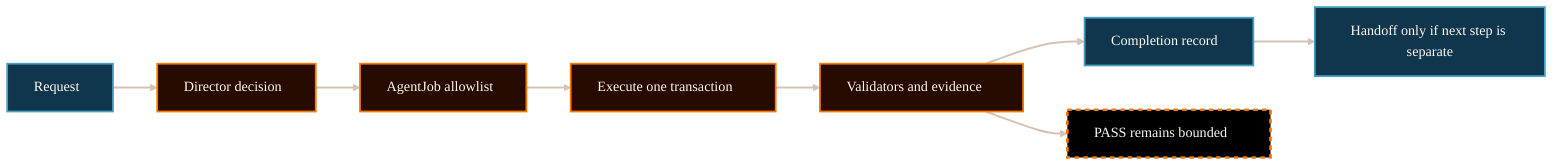
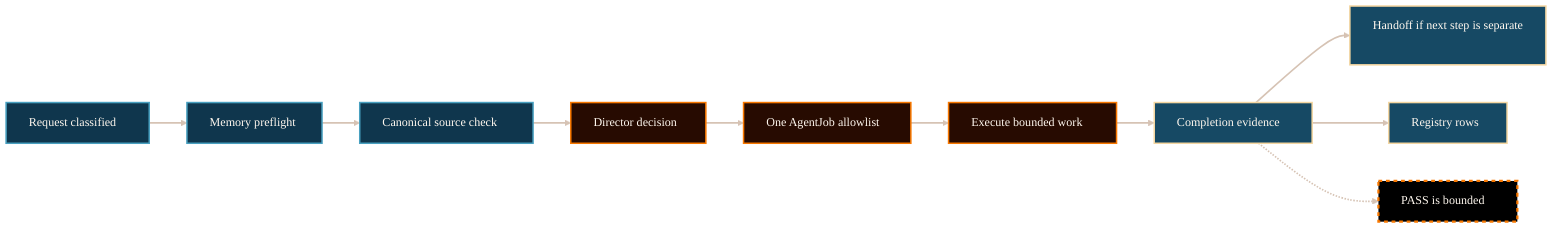
---
config:
  theme: base
  themeVariables:
    darkMode: true
    background: "#000000"
    primaryColor: "#050403"
    primaryTextColor: "#fff8ef"
    primaryBorderColor: "#d6c3b4"
    lineColor: "#d6c3b4"
    fontFamily: "Inter, ui-sans-serif, system-ui, -apple-system, BlinkMacSystemFont, Segoe UI, sans-serif"
    fontSize: "16px"
    clusterBkg: "#080401"
    clusterBorder: "#d6c3b4"
    edgeLabelBackground: "#000000"
---

flowchart LR
-   request["Request"] --> decision["Director decision"]
-   decision --> agentjob["AgentJob allowlist"]
-   agentjob --> execute["Execute one transaction"]
-   execute --> validate["Validators and evidence"]
-   validate --> completion["Completion record"]
-   completion --> handoff["Handoff only if next step is separate"]
-   validate --> limit["PASS remains bounded"]
+   request["Request classified"] --> memory["Memory preflight"]
+   memory --> source["Canonical source check"]
+   source --> decision["Director decision"]
+   decision --> job["One AgentJob allowlist"]
+   job --> work["Execute bounded work"]
+   work --> completion["Completion evidence"]
+   completion --> handoff["Handoff if next step is separate"]
+   completion --> registry["Registry rows"]
+   completion -.-> pass["PASS is bounded"]

  classDef default fill:#050403,stroke:#d6c3b4,color:#fff8ef,stroke-width:1.5px;
  classDef source fill:#0f364d,stroke:#48a0c0,color:#fff8ef,stroke-width:2px;
  classDef control fill:#270b01,stroke:#f87800,color:#fff8ef,stroke-width:2px;
  classDef bridge fill:#164964,stroke:#f4d6a1,color:#fff8ef,stroke-width:2px;
  classDef decision fill:#702000,stroke:#f87800,color:#fff8ef,stroke-width:2.25px;
-   classDef target fill:#2d7ea0,stroke:#f4d6a1,color:#ffffff,stroke-width:2px;
-   classDef success fill:#164964,stroke:#48a0c0,color:#fff8ef,stroke-width:2px;
-   classDef risk fill:#702000,stroke:#f87800,color:#fff8ef,stroke-width:2px,stroke-dasharray: 5 5;
-   classDef boundary fill:#000000,stroke:#f87800,color:#fff8ef,stroke-width:3px,stroke-dasharray: 5 5;
-   classDef external fill:#080401,stroke:#f4d6a1,color:#fff8ef,stroke-width:2px;
+   classDef risk fill:#000000,stroke:#f87800,color:#fff8ef,stroke-width:3px,stroke-dasharray: 5 5;

-   class limit boundary;
-   class agentjob,decision,execute,validate control;
-   class completion,handoff,request source;
+   class request,memory,source source;
+   class decision,job,work control;
+   class completion,handoff,registry bridge;
+   class pass risk;

  linkStyle default stroke:#d6c3b4,stroke-width:2.25px;
